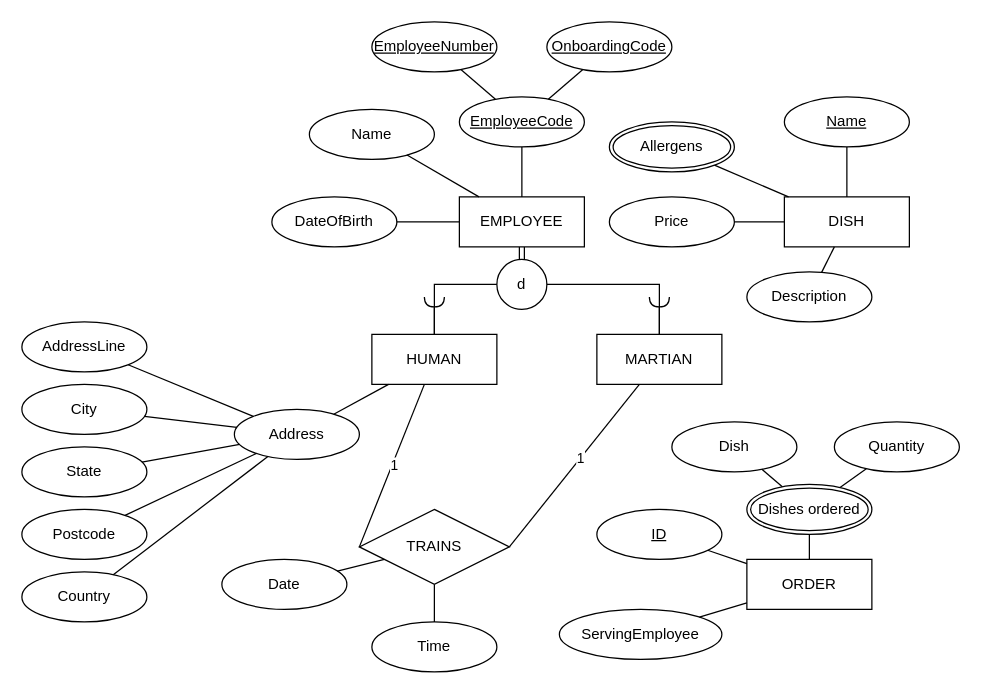
This is INFS Assignment 1.drawio from ActuallyHappening/Classe-de-UQ, a draw.io file, before an edit. Source tidied: cells renumbered, new cells numbered last; positions are measured from the earlier drawing's top-left corner, leaving out a move shared by most shapes. Both pictures are drawn from the tidied source at 125%, with x=0, y=0 at pixel (21, 21).
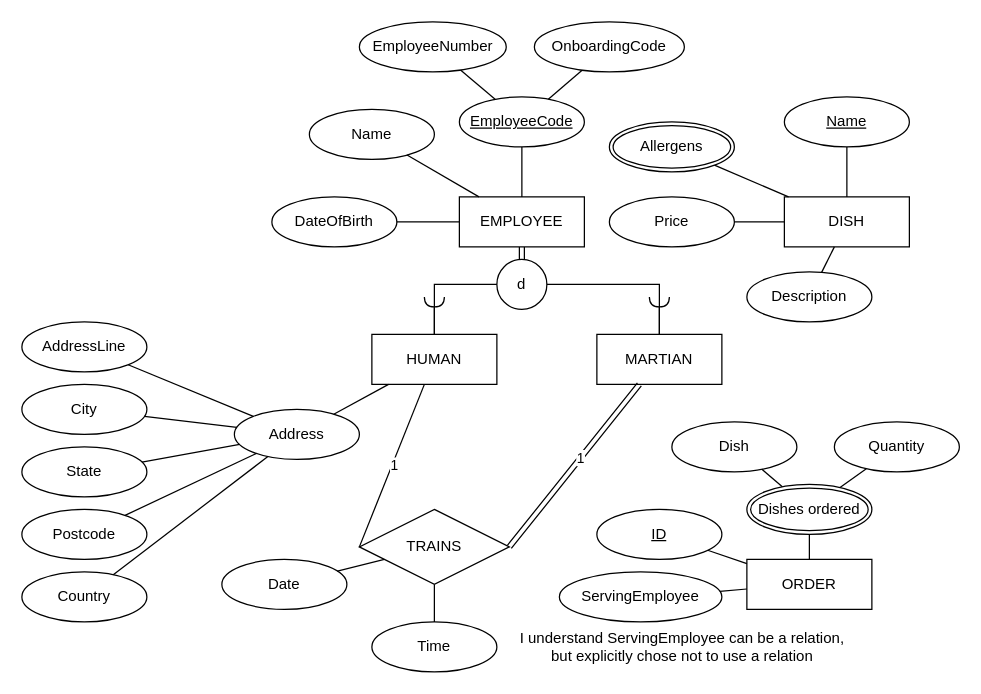
The same diagram, later.

Unchanged cells that the change refers to:
```xml
<mxCell id="15" value="MARTIAN" style="whiteSpace=wrap;html=1;align=center;" parent="1" vertex="1">
  <mxGeometry x="460" y="250" width="100" height="40" as="geometry" />
</mxCell>
<mxCell id="34" value="TRAINS" style="shape=rhombus;perimeter=rhombusPerimeter;whiteSpace=wrap;html=1;align=center;" parent="1" vertex="1">
  <mxGeometry x="270" y="390" width="120" height="60" as="geometry" />
</mxCell>
```

The edit, as a diff of the source:
```diff
@@
-    <mxCell id="5" value="EmployeeNumber" style="ellipse;whiteSpace=wrap;html=1;align=center;fontStyle=4;" parent="1" vertex="1">
-      <mxGeometry x="280" width="100" height="40" as="geometry" />
-    </mxCell>
-    <mxCell id="6" value="OnboardingCode" style="ellipse;whiteSpace=wrap;html=1;align=center;fontStyle=4;" parent="1" vertex="1">
-      <mxGeometry x="420" width="100" height="40" as="geometry" />
-    </mxCell>
@@
-    <mxCell id="35" style="endArrow=none;html=1;rounded=0;exitX=1;exitY=0.5;exitDx=0;exitDy=0;" parent="1" edge="1" source="34" target="15">
+    <mxCell id="35" style="endArrow=none;html=1;rounded=0;exitX=1;exitY=0.5;exitDx=0;exitDy=0;shape=link;" parent="1" edge="1" source="34" target="15">
       <mxGeometry relative="1" as="geometry" />
     </mxCell>
@@
     <mxCell id="62" value="ServingEmployee" style="ellipse;whiteSpace=wrap;html=1;align=center;" parent="1" vertex="1">
-      <mxGeometry x="430" y="470" width="130" height="40" as="geometry" />
+      <mxGeometry x="430" y="440" width="130" height="40" as="geometry" />
     </mxCell>
@@
+    <mxCell id="5" value="EmployeeNumber" style="ellipse;whiteSpace=wrap;html=1;align=center;" parent="1" vertex="1">
+      <mxGeometry x="270" width="117.5" height="40" as="geometry" />
+    </mxCell>
+    <mxCell id="6" value="OnboardingCode" style="ellipse;whiteSpace=wrap;html=1;align=center;" parent="1" vertex="1">
+      <mxGeometry x="410" width="120" height="40" as="geometry" />
+    </mxCell>
+    <mxCell id="64" value="I understand ServingEmployee can be a relation,&lt;div&gt;but explicitly chose not to use a relation&lt;/div&gt;" style="text;html=1;align=center;verticalAlign=middle;strokeColor=none;fillColor=none;" parent="1" vertex="1">
+      <mxGeometry x="387.5" y="480" width="280" height="40" as="geometry" />
+    </mxCell>
```
